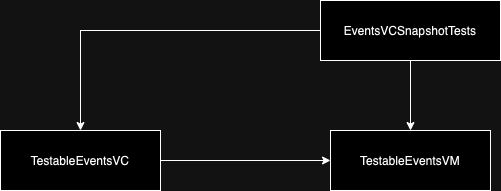
Above: MarvelSampleTests/Tests/Event/EventsVCSnapshotTests.drawio.png in hiren9697/MavelSample (draw.io), before the change. Source tidied: cells renumbered, new cells last; positions are measured from the earlier drawing's top-left corner, leaving out a move shared by most shapes.
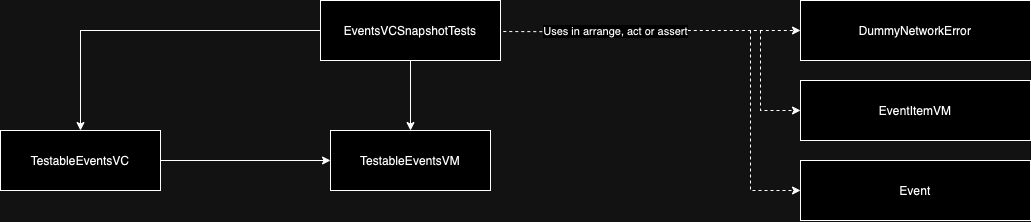
Above is the later version.

What changed in the source:
```diff
@@ -2,6 +2,39 @@
   <root>
     <mxCell id="0" />
     <mxCell id="1" parent="0" />
+    <mxCell id="8" style="edgeStyle=orthogonalEdgeStyle;rounded=0;jettySize=auto;html=1;entryX=0;entryY=0.5;entryDx=0;entryDy=0;dashed=1;exitX=1.02;exitY=0.184;exitDx=0;exitDy=0;exitPerimeter=0;" parent="1" edge="1" target="10">
+      <mxGeometry relative="1" as="geometry">
+        <mxPoint x="502.8" y="31" as="sourcePoint" />
+      </mxGeometry>
+    </mxCell>
+    <mxCell id="9" value="Uses in arrange, act or assert" style="edgeLabel;html=1;align=center;verticalAlign=middle;" parent="8" vertex="1">
+      <mxGeometry x="-0.25" y="1" relative="1" as="geometry" />
+    </mxCell>
+    <mxCell id="10" value="DummyNetworkError" style="rounded=0;whiteSpace=wrap;html=1;" parent="1" vertex="1">
+      <mxGeometry x="800" width="230" height="60" as="geometry" />
+    </mxCell>
+    <mxCell id="11" value="EventItemVM" style="rounded=0;whiteSpace=wrap;html=1;" parent="1" vertex="1">
+      <mxGeometry x="800" y="80" width="230" height="60" as="geometry" />
+    </mxCell>
+    <mxCell id="12" style="endArrow=classic;html=1;rounded=0;entryX=0;entryY=0.5;entryDx=0;entryDy=0;dashed=1;" parent="1" edge="1" target="11">
+      <mxGeometry relative="1" as="geometry">
+        <mxPoint x="760" y="30" as="sourcePoint" />
+        <Array as="points">
+          <mxPoint x="760" y="110" />
+        </Array>
+      </mxGeometry>
+    </mxCell>
+    <mxCell id="13" value="Event" style="rounded=0;whiteSpace=wrap;html=1;" parent="1" vertex="1">
+      <mxGeometry x="800" y="160" width="230" height="60" as="geometry" />
+    </mxCell>
+    <mxCell id="14" style="endArrow=classic;html=1;rounded=0;entryX=0;entryY=0.5;entryDx=0;entryDy=0;dashed=1;" parent="1" edge="1" target="13">
+      <mxGeometry relative="1" as="geometry">
+        <mxPoint x="750" y="30" as="sourcePoint" />
+        <Array as="points">
+          <mxPoint x="750" y="190" />
+        </Array>
+      </mxGeometry>
+    </mxCell>
     <mxCell id="2" style="edgeStyle=orthogonalEdgeStyle;rounded=0;jettySize=auto;html=1;entryX=0.5;entryY=0;entryDx=0;entryDy=0;" parent="1" edge="1" source="4" target="5">
       <mxGeometry relative="1" as="geometry" />
     </mxCell>
```
